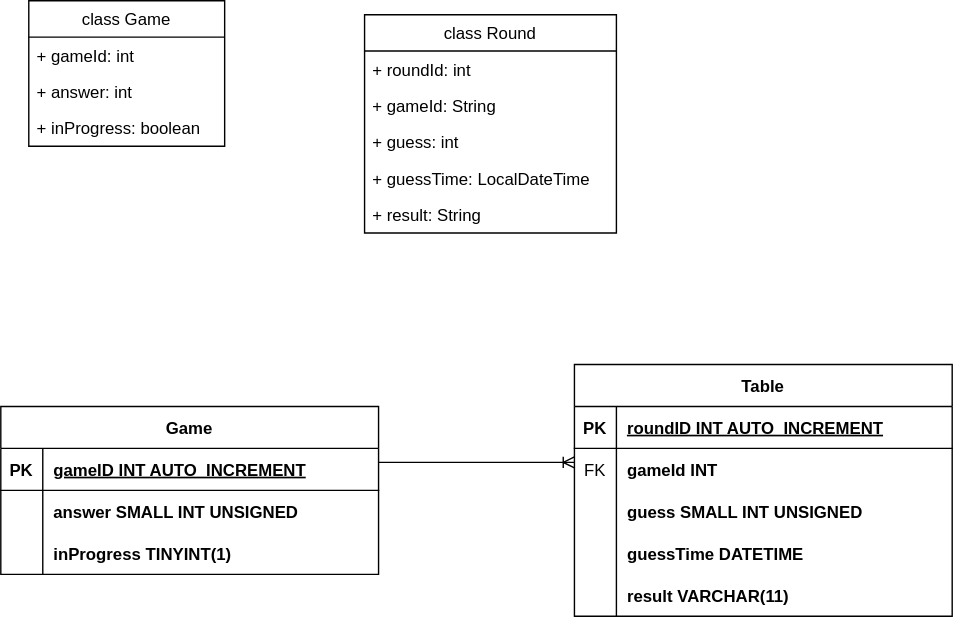
Above: CiruFranklin-Guess_The_Number_UML_And_ERD_Diagrams.svg in The-Software-Guild/spring-boot-rest-jdbc-guess-the-number-rest-service-Cirufrank (draw.io), before the change. Source tidied: cells renumbered, new cells last; positions are measured from the earlier drawing's top-left corner, leaving out a move shared by most shapes.
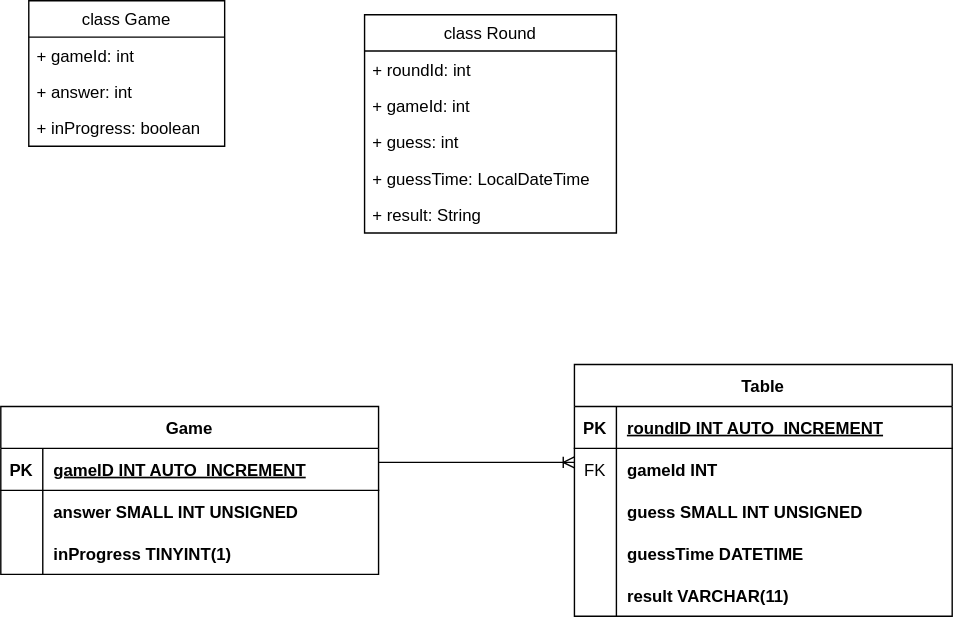
Above is the later version.

Diff of the diagram source:
```diff
@@ -20,7 +20,7 @@
     <mxCell id="7" value="+ roundId: int" style="text;strokeColor=none;fillColor=none;align=left;verticalAlign=top;spacingLeft=4;spacingRight=4;overflow=hidden;" parent="6" vertex="1">
       <mxGeometry y="26" width="180" height="26" as="geometry" />
     </mxCell>
-    <mxCell id="8" value="+ gameId: String" style="text;strokeColor=none;fillColor=none;align=left;verticalAlign=top;spacingLeft=4;spacingRight=4;overflow=hidden;" parent="6" vertex="1">
+    <mxCell id="8" value="+ gameId: int" style="text;strokeColor=none;fillColor=none;align=left;verticalAlign=top;spacingLeft=4;spacingRight=4;overflow=hidden;" parent="6" vertex="1">
       <mxGeometry y="52" width="180" height="26" as="geometry" />
     </mxCell>
     <mxCell id="9" value="+ guess: int" style="text;strokeColor=none;fillColor=none;align=left;verticalAlign=top;spacingLeft=4;spacingRight=4;overflow=hidden;" parent="6" vertex="1">
```
